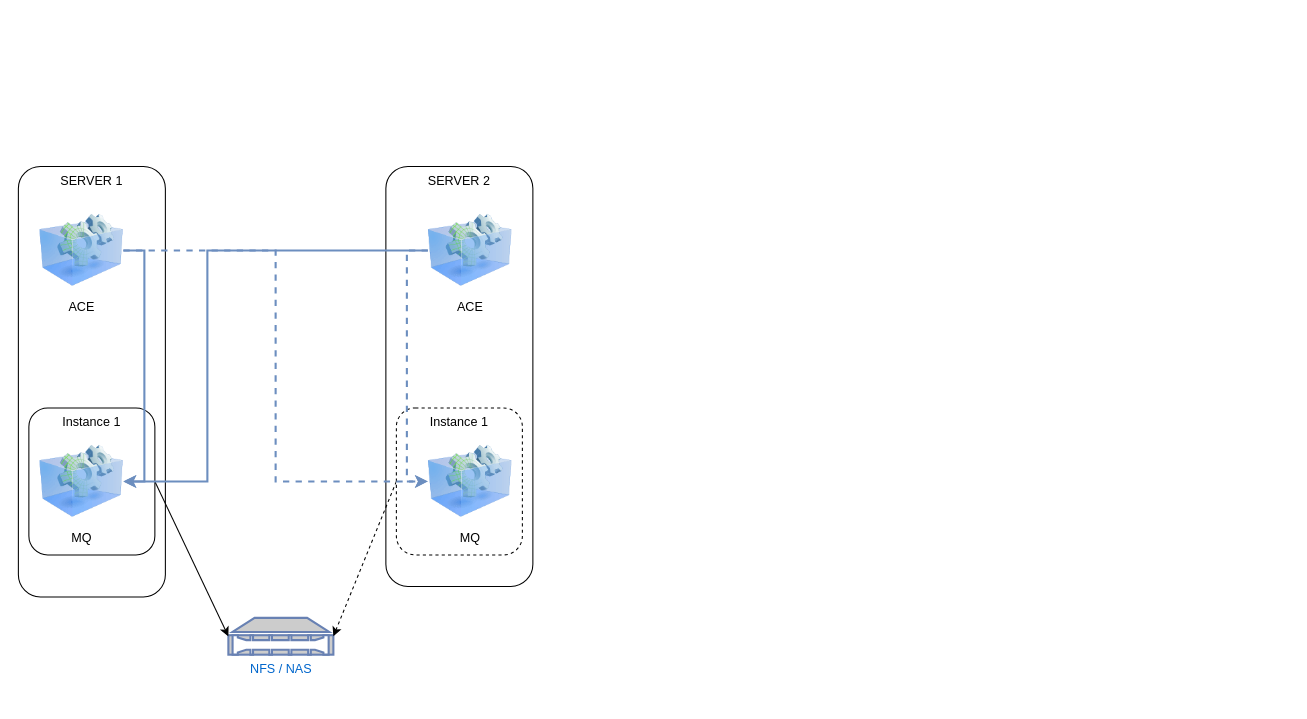
Above: page "DA ACE & MI MQ" (3 of 9) of Designs/ACE/HighAvailabilityScenarios.drawio in matthiasblomme/MixedTools (draw.io), before the change. Source tidied: cells renumbered, new cells numbered last; positions are measured from the earlier drawing's top-left corner, leaving out a move shared by most shapes. Both pictures are drawn from the tidied source at 105%, with x=0, y=0 at pixel (18, 166).
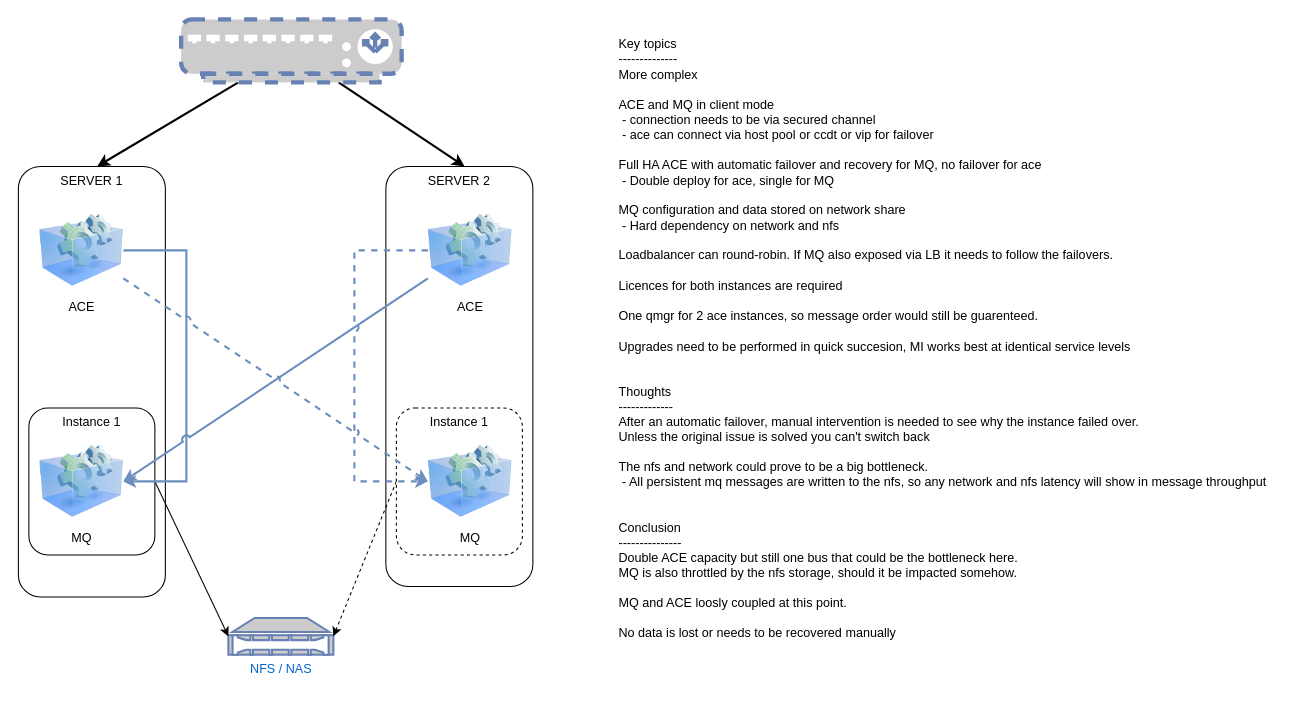
The same page after the edit.

Unchanged cells that the change refers to:
```xml
<mxCell id="4" value="ACE" style="image;html=1;image=img/lib/clip_art/computers/Virtual_Application_128x128.png;" parent="1" vertex="1">
  <mxGeometry x="390" y="40" width="80" height="80" as="geometry" />
</mxCell>
<mxCell id="8" value="ACE" style="image;html=1;image=img/lib/clip_art/computers/Virtual_Application_128x128.png;" parent="1" vertex="1">
  <mxGeometry x="20" y="40" width="80" height="80" as="geometry" />
</mxCell>
<mxCell id="10" value="MQ" style="image;html=1;image=img/lib/clip_art/computers/Virtual_Application_128x128.png;" parent="1" vertex="1">
  <mxGeometry x="390" y="260" width="80" height="80" as="geometry" />
</mxCell>
<mxCell id="12" value="MQ" style="image;html=1;image=img/lib/clip_art/computers/Virtual_Application_128x128.png;" parent="1" vertex="1">
  <mxGeometry x="20" y="260" width="80" height="80" as="geometry" />
</mxCell>
```

Change to the diagram source:
```diff
@@
     <mxCell id="13" style="edgeStyle=orthogonalEdgeStyle;rounded=0;jumpStyle=arc;jettySize=auto;html=1;entryX=1;entryY=0.5;entryDx=0;entryDy=0;strokeWidth=2;exitX=1;exitY=0.5;exitDx=0;exitDy=0;fillColor=#dae8fc;strokeColor=#6c8ebf;" parent="1" edge="1" source="8" target="12">
-      <mxGeometry relative="1" as="geometry" />
+      <mxGeometry relative="1" as="geometry">
+        <Array as="points">
+          <mxPoint x="160" y="80" />
+          <mxPoint x="160" y="300" />
+        </Array>
+      </mxGeometry>
     </mxCell>
-    <mxCell id="14" style="edgeStyle=orthogonalEdgeStyle;rounded=0;jumpStyle=arc;jettySize=auto;html=1;entryX=1;entryY=0.5;entryDx=0;entryDy=0;strokeWidth=2;fillColor=#dae8fc;strokeColor=#6c8ebf;" parent="1" edge="1" source="4" target="12">
-      <mxGeometry relative="1" as="geometry">
-        <Array as="points">
-          <mxPoint x="180" y="80" />
-          <mxPoint x="180" y="300" />
-        </Array>
-      </mxGeometry>
+    <mxCell id="14" style="rounded=0;jumpStyle=arc;jettySize=auto;html=1;entryX=1;entryY=0.5;entryDx=0;entryDy=0;strokeWidth=2;fillColor=#dae8fc;strokeColor=#6c8ebf;" parent="1" edge="1" source="4" target="12">
+      <mxGeometry relative="1" as="geometry" />
     </mxCell>
     <mxCell id="15" style="edgeStyle=orthogonalEdgeStyle;rounded=0;jumpStyle=arc;jettySize=auto;html=1;entryX=0;entryY=0.5;entryDx=0;entryDy=0;dashed=1;strokeWidth=2;fillColor=#dae8fc;strokeColor=#6c8ebf;exitX=0;exitY=0.5;exitDx=0;exitDy=0;" parent="1" edge="1" source="4" target="10">
-      <mxGeometry relative="1" as="geometry" />
+      <mxGeometry relative="1" as="geometry">
+        <Array as="points">
+          <mxPoint x="320" y="80" />
+          <mxPoint x="320" y="300" />
+        </Array>
+      </mxGeometry>
     </mxCell>
-    <mxCell id="16" style="edgeStyle=orthogonalEdgeStyle;rounded=0;jumpStyle=arc;jettySize=auto;html=1;entryX=0;entryY=0.5;entryDx=0;entryDy=0;strokeWidth=2;fillColor=#dae8fc;strokeColor=#6c8ebf;dashed=1;" parent="1" edge="1" source="8" target="10">
+    <mxCell id="16" style="rounded=0;jumpStyle=arc;jettySize=auto;html=1;entryX=0;entryY=0.5;entryDx=0;entryDy=0;strokeWidth=2;fillColor=#dae8fc;strokeColor=#6c8ebf;dashed=1;" parent="1" edge="1" source="8" target="10">
       <mxGeometry relative="1" as="geometry" />
     </mxCell>
+    <mxCell id="17" value="Key topics&lt;br style=&quot;border-color: var(--border-color);&quot;&gt;--------------&lt;br&gt;More complex&lt;br&gt;&lt;br&gt;ACE and MQ in client mode&lt;br&gt;&lt;span style=&quot;&quot;&gt;&lt;/span&gt;&lt;span style=&quot;&quot;&gt;&lt;/span&gt;&lt;span style=&quot;&quot;&gt;&lt;/span&gt;&lt;span style=&quot;&quot;&gt;&lt;/span&gt;&amp;nbsp;- connection needs to be via secured channel&lt;br&gt;&amp;nbsp;- ace can connect via host pool or ccdt or vip for failover&lt;br&gt;&lt;br&gt;Full HA ACE with automatic failover and recovery for MQ, no failover for ace&lt;br&gt;&amp;nbsp;- Double deploy for ace, single for MQ&lt;br&gt;&lt;span style=&quot;&quot;&gt;&#9;&lt;/span&gt;&lt;br&gt;MQ configuration and data stored on network share&lt;br style=&quot;border-color: var(--border-color);&quot;&gt;&lt;span style=&quot;border-color: var(--border-color);&quot;&gt;&lt;/span&gt;&lt;span style=&quot;&quot;&gt;&lt;/span&gt;&lt;span style=&quot;&quot;&gt;&lt;/span&gt;&lt;span style=&quot;&quot;&gt;&lt;/span&gt;&amp;nbsp;- Hard dependency on network and nfs&lt;br&gt;&lt;br&gt;Loadbalancer can round-robin. If MQ also exposed via LB it needs to follow the failovers.&lt;br&gt;&lt;br&gt;Licences for both instances are required&lt;br&gt;&lt;br&gt;One qmgr for 2 ace instances, so message order would still be guarenteed.&lt;br&gt;&lt;br&gt;Upgrades need to be performed in quick succesion, MI works best at identical service levels&lt;br&gt;&lt;br&gt;&lt;br&gt;Thoughts&lt;br style=&quot;border-color: var(--border-color);&quot;&gt;-------------&lt;br style=&quot;border-color: var(--border-color);&quot;&gt;After an automatic failover, manual intervention is needed to see why the instance failed over.&lt;br style=&quot;border-color: var(--border-color);&quot;&gt;Unless the original issue is solved you can't switch back&lt;br style=&quot;border-color: var(--border-color);&quot;&gt;&lt;br style=&quot;border-color: var(--border-color);&quot;&gt;The nfs and network could prove to be a big bottleneck.&lt;br style=&quot;border-color: var(--border-color);&quot;&gt;&amp;nbsp;- All persistent mq messages are written to the nfs, so any network and nfs latency will show in message throughput&lt;br&gt;&lt;br&gt;&lt;br&gt;Conclusion&lt;br&gt;---------------&lt;br&gt;Double ACE capacity but still one bus that could be the bottleneck here. &lt;br&gt;MQ is also throttled by the nfs storage, should it be impacted somehow.&lt;br&gt;&lt;br&gt;MQ and ACE loosly coupled at this point.&lt;br&gt;&lt;br style=&quot;border-color: var(--border-color);&quot;&gt;No data is lost or needs to be recovered manually" style="text;html=1;strokeColor=none;fillColor=none;align=left;verticalAlign=top;whiteSpace=wrap;rounded=0;dashed=1;" parent="1" vertex="1">
+      <mxGeometry x="570" y="-130" width="640" height="640" as="geometry" />
+    </mxCell>
+    <mxCell id="18" style="rounded=0;jumpStyle=arc;jettySize=auto;html=1;strokeWidth=2;entryX=0.5;entryY=0;entryDx=0;entryDy=0;" parent="1" edge="1" source="20">
+      <mxGeometry relative="1" as="geometry">
+        <mxPoint x="75" as="targetPoint" />
+      </mxGeometry>
+    </mxCell>
+    <mxCell id="19" style="rounded=0;jumpStyle=arc;jettySize=auto;html=1;entryX=0.5;entryY=0;entryDx=0;entryDy=0;strokeWidth=2;" parent="1" edge="1" source="20">
+      <mxGeometry relative="1" as="geometry">
+        <mxPoint x="425" as="targetPoint" />
+      </mxGeometry>
+    </mxCell>
+    <mxCell id="20" style="fontColor=#0066CC;verticalAlign=top;verticalLabelPosition=bottom;labelPosition=center;align=center;html=1;outlineConnect=0;fillColor=#CCCCCC;strokeColor=#6881B3;gradientColor=none;gradientDirection=north;strokeWidth=2;shape=mxgraph.networks.load_balancer;dashed=1;" parent="1" vertex="1">
+      <mxGeometry x="155" y="-140" width="210" height="60" as="geometry" />
+    </mxCell>
```
